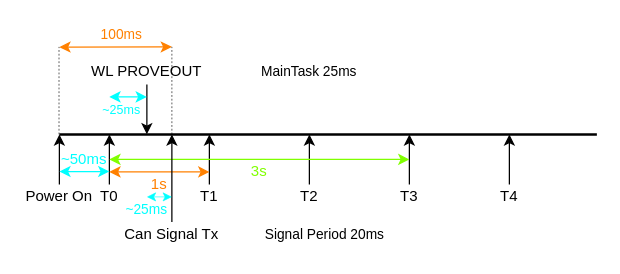
Before: Untitled Diagram.drawio in woshitanwang/pics_procdure, a draw.io diagram. Source tidied: cells renumbered, new cells numbered last; positions are measured from the earlier drawing's top-left corner, leaving out a move shared by most shapes. Both pictures are drawn from the tidied source at 125%, with x=0, y=0 at pixel (21, 21).
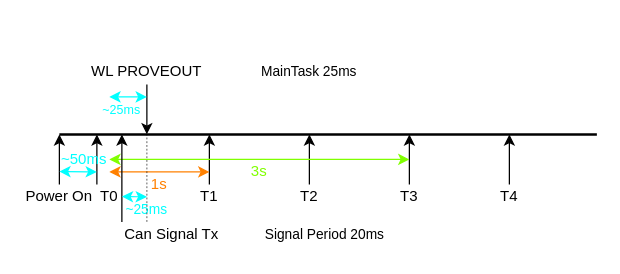
After the change.

Unchanged cells that the change refers to:
```xml
<mxCell id="17" value="&lt;font color=&quot;#ff8000&quot;&gt;1s&lt;/font&gt;" style="text;html=1;strokeColor=none;fillColor=none;align=center;verticalAlign=middle;whiteSpace=wrap;rounded=0;" parent="1" vertex="1">
  <mxGeometry x="90" y="120" width="40" height="20" as="geometry" />
</mxCell>
<mxCell id="22" value="&lt;font color=&quot;#00ffff&quot;&gt;~50ms&lt;/font&gt;" style="text;html=1;strokeColor=none;fillColor=none;align=center;verticalAlign=middle;whiteSpace=wrap;rounded=0;" parent="1" vertex="1">
  <mxGeometry x="30" y="100" width="40" height="20" as="geometry" />
</mxCell>
```

What changed in the source:
```diff
@@
     <mxCell id="6" style="endArrow=classic;html=1;" parent="1" edge="1">
       <mxGeometry relative="1" as="geometry">
-        <mxPoint x="70" y="130" as="sourcePoint" />
-        <mxPoint x="70" y="90" as="targetPoint" />
+        <mxPoint x="60" y="130" as="sourcePoint" />
+        <mxPoint x="60" y="90" as="targetPoint" />
       </mxGeometry>
     </mxCell>
@@
-    <mxCell id="21" style="endArrow=classic;startArrow=classic;html=1;strokeWidth=1;strokeColor=#00FFFF;" parent="1" edge="1">
+    <mxCell id="21" style="endArrow=classic;startArrow=classic;html=1;strokeWidth=1;strokeColor=#00FFFF;entryX=0.75;entryY=1;entryDx=0;entryDy=0;" parent="1" edge="1" target="22">
       <mxGeometry relative="1" as="geometry">
         <mxPoint x="30" y="119.7" as="sourcePoint" />
-        <mxPoint x="70" y="119.7" as="targetPoint" />
       </mxGeometry>
     </mxCell>
@@
     <mxCell id="25" style="endArrow=classic;html=1;rounded=0;" parent="1" edge="1">
       <mxGeometry relative="1" as="geometry">
-        <mxPoint x="120" y="160" as="sourcePoint" />
-        <mxPoint x="120" y="90" as="targetPoint" />
+        <mxPoint x="80" y="160" as="sourcePoint" />
+        <mxPoint x="80" y="90" as="targetPoint" />
       </mxGeometry>
     </mxCell>
@@
-    <mxCell id="27" style="endArrow=classic;startArrow=classic;html=1;strokeColor=#00FFFF;strokeWidth=0.5;exitX=0.25;exitY=1;exitDx=0;exitDy=0;" parent="1" edge="1" source="17">
-      <mxGeometry relative="1" as="geometry">
-        <mxPoint x="120" y="140" as="targetPoint" />
-      </mxGeometry>
-    </mxCell>
@@
-    <mxCell id="29" style="endArrow=classic;startArrow=classic;html=1;strokeColor=#FF8000;" parent="1" edge="1">
-      <mxGeometry relative="1" as="geometry">
-        <mxPoint x="30" y="20.2" as="sourcePoint" />
-        <mxPoint x="120" y="20" as="targetPoint" />
-      </mxGeometry>
-    </mxCell>
-    <mxCell id="30" value="&lt;font color=&quot;#ff8000&quot; style=&quot;font-size: 11px&quot;&gt;100ms&lt;/font&gt;" style="text;html=1;strokeColor=none;fillColor=none;align=center;verticalAlign=middle;whiteSpace=wrap;rounded=0;" parent="1" vertex="1">
-      <mxGeometry x="60" width="40" height="20" as="geometry" />
-    </mxCell>
     <mxCell id="31" style="endArrow=none;html=1;rounded=0;fontSize=11;strokeWidth=0.5;dashed=1;" parent="1" edge="1">
       <mxGeometry relative="1" as="geometry">
-        <mxPoint x="120" y="90" as="sourcePoint" />
-        <mxPoint x="120" y="20" as="targetPoint" />
+        <mxPoint x="100" y="160" as="sourcePoint" />
+        <mxPoint x="100" y="90" as="targetPoint" />
       </mxGeometry>
     </mxCell>
-    <mxCell id="32" style="endArrow=none;html=1;rounded=0;fontSize=11;strokeWidth=0.5;dashed=1;" parent="1" edge="1">
-      <mxGeometry relative="1" as="geometry">
-        <mxPoint x="29.7" y="90" as="sourcePoint" />
-        <mxPoint x="29.7" y="20" as="targetPoint" />
-      </mxGeometry>
-    </mxCell>
@@
+    <mxCell id="35" style="endArrow=classic;startArrow=classic;html=1;strokeWidth=1;strokeColor=#00FFFF;" parent="1" edge="1">
+      <mxGeometry relative="1" as="geometry">
+        <mxPoint x="80" y="139.7" as="sourcePoint" />
+        <mxPoint x="100" y="140" as="targetPoint" />
+      </mxGeometry>
+    </mxCell>
```
